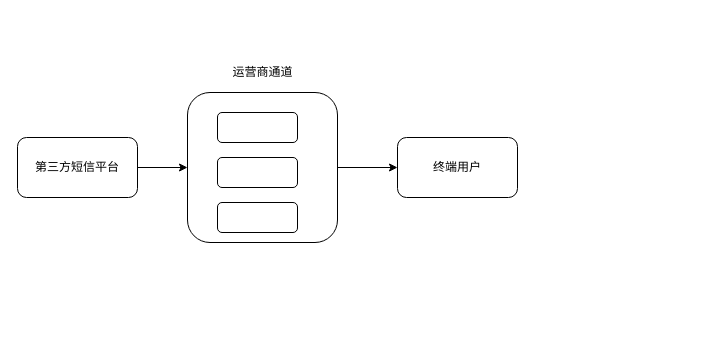
Earlier version of the draw.io diagram page "5g消息原理" (19 of 19) of Untitled Diagram.drawio (liufuchen88/test2). Source tidied: cells renumbered, new cells numbered last; positions are measured from the earlier drawing's top-left corner, leaving out a move shared by most shapes. Both pictures are drawn from the tidied source at 100%, with x=0, y=0 at pixel (17, 57).
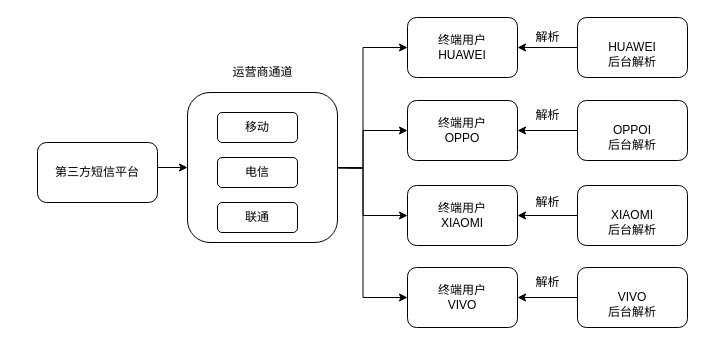
The same page after the edit.

Unchanged cells that the change refers to:
```xml
<mxCell id="5" style="rounded=1;whiteSpace=wrap;html=1;" parent="1" vertex="1">
  <mxGeometry x="170" y="35" width="150" height="150" as="geometry" />
</mxCell>
```

Change to the diagram source:
```diff
@@
-    <mxCell id="2" style="edgeStyle=orthogonalEdgeStyle;rounded=0;jettySize=auto;html=1;entryX=0;entryY=0.5;entryDx=0;entryDy=0;" parent="1" edge="1" source="3" target="5">
-      <mxGeometry relative="1" as="geometry" />
+    <mxCell id="2" style="edgeStyle=orthogonalEdgeStyle;rounded=0;jettySize=auto;html=1;entryX=0;entryY=0.5;entryDx=0;entryDy=0;" parent="1" edge="1" target="5">
+      <mxGeometry relative="1" as="geometry">
+        <mxPoint x="140" y="110" as="sourcePoint" />
+      </mxGeometry>
     </mxCell>
     <mxCell id="3" value="第三方短信平台" style="rounded=1;whiteSpace=wrap;html=1;" parent="1" vertex="1">
-      <mxGeometry y="80" width="120" height="60" as="geometry" />
+      <mxGeometry x="20" y="85" width="120" height="60" as="geometry" />
     </mxCell>
-    <mxCell id="4" style="edgeStyle=orthogonalEdgeStyle;rounded=0;jettySize=auto;html=1;entryX=0;entryY=0.5;entryDx=0;entryDy=0;" parent="1" edge="1" source="5" target="6">
-      <mxGeometry relative="1" as="geometry" />
+    <mxCell id="4" style="edgeStyle=orthogonalEdgeStyle;rounded=0;jettySize=auto;html=1;entryX=0;entryY=0.5;entryDx=0;entryDy=0;" parent="1" edge="1" target="6">
+      <mxGeometry relative="1" as="geometry">
+        <mxPoint x="300" y="110" as="sourcePoint" />
+      </mxGeometry>
     </mxCell>
+    <mxCell id="11" style="edgeStyle=orthogonalEdgeStyle;rounded=0;jettySize=auto;html=1;entryX=0;entryY=0.5;entryDx=0;entryDy=0;" parent="1" edge="1" target="14">
+      <mxGeometry relative="1" as="geometry">
+        <mxPoint x="300" y="110" as="sourcePoint" />
+      </mxGeometry>
+    </mxCell>
+    <mxCell id="12" style="edgeStyle=orthogonalEdgeStyle;rounded=0;jettySize=auto;html=1;entryX=0;entryY=0.5;entryDx=0;entryDy=0;" parent="1" edge="1" target="15">
+      <mxGeometry relative="1" as="geometry">
+        <mxPoint x="300" y="110" as="sourcePoint" />
+      </mxGeometry>
+    </mxCell>
+    <mxCell id="13" style="edgeStyle=orthogonalEdgeStyle;rounded=0;jettySize=auto;html=1;entryX=0;entryY=0.5;entryDx=0;entryDy=0;" parent="1" edge="1" target="16">
+      <mxGeometry relative="1" as="geometry">
+        <mxPoint x="300" y="110" as="sourcePoint" />
+      </mxGeometry>
+    </mxCell>
@@
-    <mxCell id="6" value="终端用户" style="rounded=1;whiteSpace=wrap;html=1;" parent="1" vertex="1">
-      <mxGeometry x="380" y="80" width="120" height="60" as="geometry" />
+    <mxCell id="6" value="终端用户&lt;br&gt;OPPO" style="rounded=1;whiteSpace=wrap;html=1;" parent="1" vertex="1">
+      <mxGeometry x="390" y="43" width="110" height="60" as="geometry" />
     </mxCell>
-    <mxCell id="7" style="rounded=1;whiteSpace=wrap;html=1;" parent="1" vertex="1">
+    <mxCell id="7" value="移动" style="rounded=1;whiteSpace=wrap;html=1;" parent="1" vertex="1">
       <mxGeometry x="200" y="55" width="80" height="30" as="geometry" />
     </mxCell>
-    <mxCell id="8" style="rounded=1;whiteSpace=wrap;html=1;" parent="1" vertex="1">
+    <mxCell id="8" value="电信" style="rounded=1;whiteSpace=wrap;html=1;" parent="1" vertex="1">
       <mxGeometry x="200" y="100" width="80" height="30" as="geometry" />
     </mxCell>
-    <mxCell id="9" style="rounded=1;whiteSpace=wrap;html=1;" parent="1" vertex="1">
+    <mxCell id="9" value="联通" style="rounded=1;whiteSpace=wrap;html=1;" parent="1" vertex="1">
       <mxGeometry x="200" y="145" width="80" height="30" as="geometry" />
     </mxCell>
@@
+    <mxCell id="14" value="终端用户&lt;br&gt;HUAWEI" style="rounded=1;whiteSpace=wrap;html=1;" parent="1" vertex="1">
+      <mxGeometry x="390" y="-40" width="110" height="60" as="geometry" />
+    </mxCell>
+    <mxCell id="15" value="终端用户&lt;br&gt;XIAOMI" style="rounded=1;whiteSpace=wrap;html=1;" parent="1" vertex="1">
+      <mxGeometry x="390" y="128" width="110" height="60" as="geometry" />
+    </mxCell>
+    <mxCell id="16" value="终端用户&lt;br&gt;VIVO" style="rounded=1;whiteSpace=wrap;html=1;" parent="1" vertex="1">
+      <mxGeometry x="390" y="210" width="110" height="60" as="geometry" />
+    </mxCell>
+    <mxCell id="17" style="edgeStyle=orthogonalEdgeStyle;rounded=0;jettySize=auto;html=1;entryX=1;entryY=0.5;entryDx=0;entryDy=0;" parent="1" edge="1" source="18" target="14">
+      <mxGeometry relative="1" as="geometry" />
+    </mxCell>
+    <mxCell id="18" value="&lt;br&gt;HUAWEI&lt;br&gt;后台解析" style="rounded=1;whiteSpace=wrap;html=1;" parent="1" vertex="1">
+      <mxGeometry x="560" y="-40" width="110" height="60" as="geometry" />
+    </mxCell>
+    <mxCell id="19" style="edgeStyle=orthogonalEdgeStyle;rounded=0;jettySize=auto;html=1;entryX=1;entryY=0.5;entryDx=0;entryDy=0;" parent="1" edge="1" source="20" target="6">
+      <mxGeometry relative="1" as="geometry" />
+    </mxCell>
+    <mxCell id="20" value="&lt;br&gt;OPPOI&lt;br&gt;后台解析" style="rounded=1;whiteSpace=wrap;html=1;" parent="1" vertex="1">
+      <mxGeometry x="560" y="43" width="110" height="60" as="geometry" />
+    </mxCell>
+    <mxCell id="21" style="edgeStyle=orthogonalEdgeStyle;rounded=0;jettySize=auto;html=1;entryX=1;entryY=0.5;entryDx=0;entryDy=0;" parent="1" edge="1" source="22" target="15">
+      <mxGeometry relative="1" as="geometry" />
+    </mxCell>
+    <mxCell id="22" value="&lt;br&gt;XIAOMI&lt;br&gt;后台解析" style="rounded=1;whiteSpace=wrap;html=1;" parent="1" vertex="1">
+      <mxGeometry x="560" y="128" width="110" height="60" as="geometry" />
+    </mxCell>
+    <mxCell id="23" style="edgeStyle=orthogonalEdgeStyle;rounded=0;jettySize=auto;html=1;entryX=1;entryY=0.5;entryDx=0;entryDy=0;" parent="1" edge="1" source="24" target="16">
+      <mxGeometry relative="1" as="geometry" />
+    </mxCell>
+    <mxCell id="24" value="&lt;br&gt;VIVO&lt;br&gt;后台解析" style="rounded=1;whiteSpace=wrap;html=1;" parent="1" vertex="1">
+      <mxGeometry x="560" y="210" width="110" height="60" as="geometry" />
+    </mxCell>
+    <mxCell id="25" value="解析" style="text;html=1;align=center;verticalAlign=middle;strokeColor=none;fillColor=none;" parent="1" vertex="1">
+      <mxGeometry x="505" y="-35" width="50" height="30" as="geometry" />
+    </mxCell>
+    <mxCell id="26" value="解析" style="text;html=1;align=center;verticalAlign=middle;strokeColor=none;fillColor=none;" parent="1" vertex="1">
+      <mxGeometry x="505" y="43" width="50" height="30" as="geometry" />
+    </mxCell>
+    <mxCell id="27" value="解析" style="text;html=1;align=center;verticalAlign=middle;strokeColor=none;fillColor=none;" parent="1" vertex="1">
+      <mxGeometry x="505" y="130" width="50" height="30" as="geometry" />
+    </mxCell>
+    <mxCell id="28" value="解析" style="text;html=1;align=center;verticalAlign=middle;strokeColor=none;fillColor=none;" parent="1" vertex="1">
+      <mxGeometry x="505" y="210" width="50" height="30" as="geometry" />
+    </mxCell>
```
